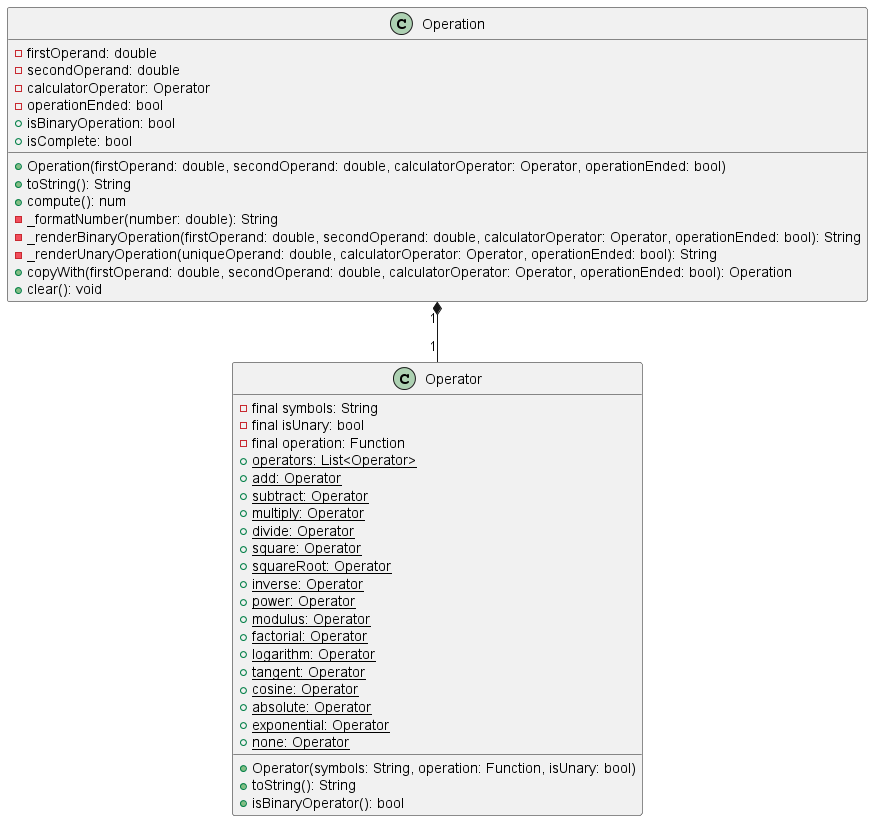
Before: docs/diagrams/src/Model_class_diagram/modelClassDiagram.png, a diagram exported from PlantUML (sikatikenmogne/flutter_calculator).
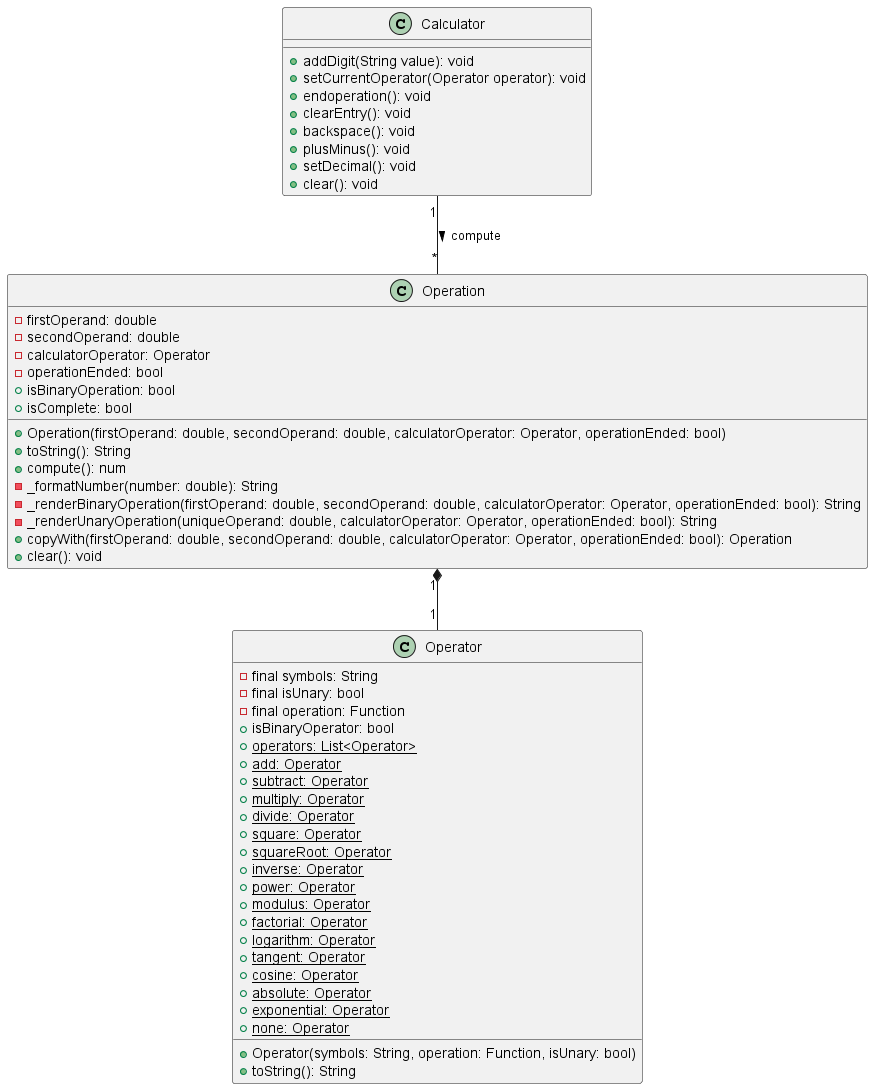
After the commit.

Commit message:
docs: update class diagram image

Change to the diagram source:
```diff
@@ -20,6 +20,7 @@
     -final symbols: String
     -final isUnary: bool
     -final {field} operation: Function
+    +isBinaryOperator: bool
     +Operator(symbols: String, operation: Function, isUnary: bool)
     +{static} operators: List<Operator>
     +{static} add: Operator
@@ -39,9 +40,20 @@
     +{static} exponential: Operator
     +{static} none: Operator
     +toString(): String
-    +isBinaryOperator(): bool
+}
+
+class Calculator {
+    + addDigit(String value): void
+    + setCurrentOperator(Operator operator): void
+    + endoperation(): void
+    + clearEntry(): void
+    + backspace(): void
+    + plusMinus(): void
+    + setDecimal(): void
+    + clear(): void
 }
 
 Operation "1" *-- "1" Operator
+Calculator "1" -- "*" Operation : compute >
 
 @enduml
```
